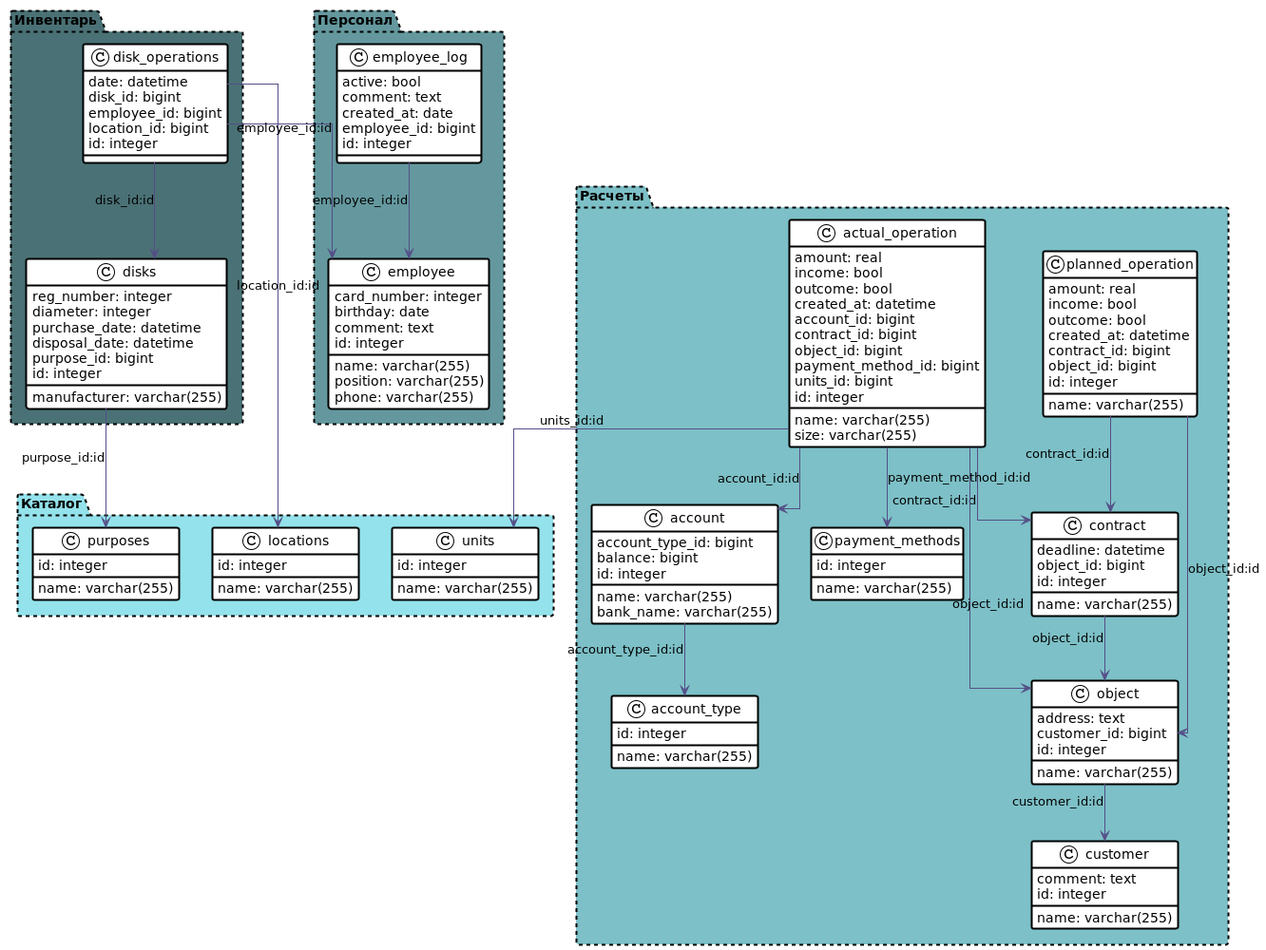
This is project/sources/images/db.png from ContinentalGuy/otus-arch, a PlantUML export, as it was before one commit. The source it was exported from:
```plantuml
@startuml

!theme plain
top to bottom direction
skinparam linetype ortho
skinparam classborderthickness 2
skinparam packageborderstyle 4
skinparam packageborderthickness 2

!$color1 = "#94E2EB"
!$color2 = "#4A7175"
!$color3 = "#304A4D"
!$color4 = "#7DC0C7"
!$color5 = "#64989E"
!$color6 = "#544E87"

!$style1 = "plain"

package "Каталог" $color1 {
    class locations {
    name: varchar(255)
    id: integer
    }
    class purposes {
    name: varchar(255)
    id: integer
    }
    class units {
    name: varchar(255)
    id: integer
    }
}

package "Инвентарь" $color2 {
    class disks {
    reg_number: integer
    diameter: integer
    purchase_date: datetime
    disposal_date: datetime
    purpose_id: bigint
    manufacturer: varchar(255)
    id: integer
    }
    class disk_operations {
    date: datetime
    disk_id: bigint
    employee_id: bigint
    location_id: bigint
    id: integer
    }
}

package "Расчеты" $color4 {
    class account {
    name: varchar(255)
    bank_name: varchar(255)
    account_type_id: bigint
    balance: bigint
    id: integer
    }
    class account_type {
    name: varchar(255)
    id: integer
    }
    class actual_operation {
    name: varchar(255)
    size: varchar(255)
    amount: real
    income: bool
    outcome: bool
    created_at: datetime
    account_id: bigint
    contract_id: bigint
    object_id: bigint
    payment_method_id: bigint
    units_id: bigint
    id: integer
    }
    class contract {
    name: varchar(255)
    deadline: datetime
    object_id: bigint
    id: integer
    }
    class customer {
    name: varchar(255)
    comment: text
    id: integer
    }
    class payment_methods {
    name: varchar(255)
    id: integer
    }
    class planned_operation {
    name: varchar(255)
    amount: real
    income: bool
    outcome: bool
    created_at: datetime
    contract_id: bigint
    object_id: bigint
    id: integer
    }
    class object {
    name: varchar(255)
    address: text
    customer_id: bigint
    id: integer
    }
}

package "Персонал" $color5 {
    class employee {
    name: varchar(255)
    position: varchar(255)
    phone: varchar(255)
    card_number: integer
    birthday: date
    comment: text
    id: integer
    }
    class employee_log {
    active: bool
    comment: text
    created_at: date
    employee_id: bigint
    id: integer
    }
}

disks             -[$color6,$style1]->  purposes           : "purpose_id:id"
disk_operations   -[$color6,$style1]->  locations          : "location_id:id"
disk_operations   -[$color6,$style1]->  disks            : "disk_id:id"
disk_operations   -[$color6,$style1]->  employee          : "employee_id:id"
account            -[$color6,$style1]->  account_type       : "account_type_id:id"
actual_operation   -[$color6,$style1]->  units              : "units_id:id"
actual_operation   -[$color6,$style1]->  account           : "account_id:id"
actual_operation   -[$color6,$style1]->  contract          : "contract_id:id"
actual_operation   -[$color6,$style1]->  object            : "object_id:id"
actual_operation   -[$color6,$style1]->  payment_methods   : "payment_method_id:id"
contract           -[$color6,$style1]->  object            : "object_id:id"
employee_log       -[$color6,$style1]->  employee          : "employee_id:id"
object             -[$color6,$style1]->  customer          : "customer_id:id"
planned_operation  -[$color6,$style1]->  contract          : "contract_id:id"
planned_operation  -[$color6,$style1]->  object            : "object_id:id"
@enduml
```
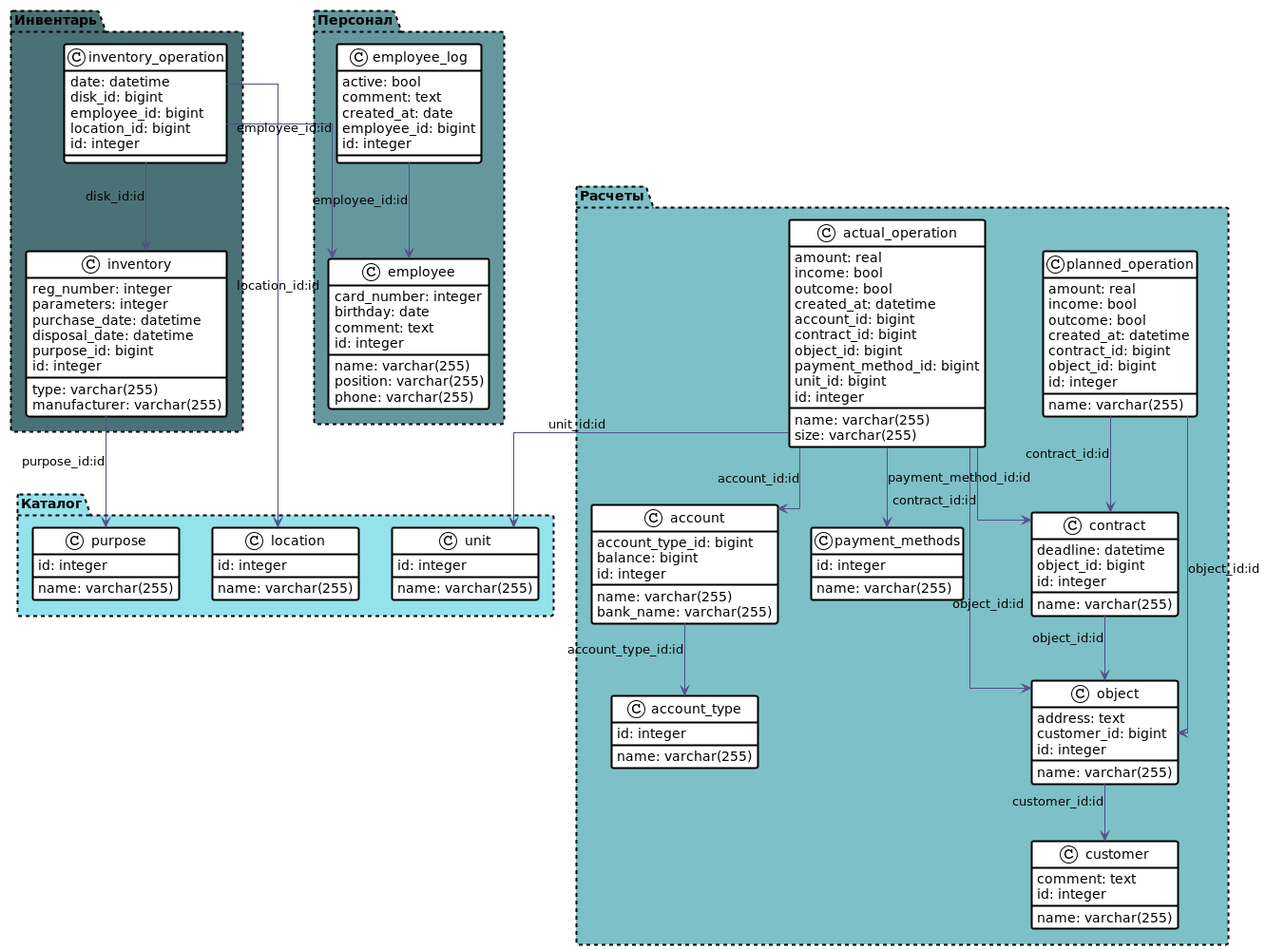
The same diagram one commit later.

Commit message:
[project]: upd table naming

What changed in the source:
```diff
@@ -17,31 +17,32 @@
 !$style1 = "plain"
 
 package "Каталог" $color1 {
-    class locations {
+    class location {
     name: varchar(255)
     id: integer
     }
-    class purposes {
+    class purpose {
     name: varchar(255)
     id: integer
     }
-    class units {
+    class unit {
     name: varchar(255)
     id: integer
     }
 }
 
 package "Инвентарь" $color2 {
-    class disks {
+    class inventory {
     reg_number: integer
-    diameter: integer
+    type: varchar(255)
+    parameters: integer
     purchase_date: datetime
     disposal_date: datetime
     purpose_id: bigint
     manufacturer: varchar(255)
     id: integer
     }
-    class disk_operations {
+    class inventory_operation {
     date: datetime
     disk_id: bigint
     employee_id: bigint
@@ -73,7 +74,7 @@
     contract_id: bigint
     object_id: bigint
     payment_method_id: bigint
-    units_id: bigint
+    unit_id: bigint
     id: integer
     }
     class contract {
@@ -128,12 +129,12 @@
     }
 }
 
-disks             -[$color6,$style1]->  purposes           : "purpose_id:id"
-disk_operations   -[$color6,$style1]->  locations          : "location_id:id"
-disk_operations   -[$color6,$style1]->  disks            : "disk_id:id"
-disk_operations   -[$color6,$style1]->  employee          : "employee_id:id"
+inventory             -[$color6,$style1]->  purpose           : "purpose_id:id"
+inventory_operation   -[$color6,$style1]->  location          : "location_id:id"
+inventory_operation   -[$color6,$style1]->  inventory            : "disk_id:id"
+inventory_operation   -[$color6,$style1]->  employee          : "employee_id:id"
 account            -[$color6,$style1]->  account_type       : "account_type_id:id"
-actual_operation   -[$color6,$style1]->  units              : "units_id:id"
+actual_operation   -[$color6,$style1]->  unit              : "unit_id:id"
 actual_operation   -[$color6,$style1]->  account           : "account_id:id"
 actual_operation   -[$color6,$style1]->  contract          : "contract_id:id"
 actual_operation   -[$color6,$style1]->  object            : "object_id:id"
```
